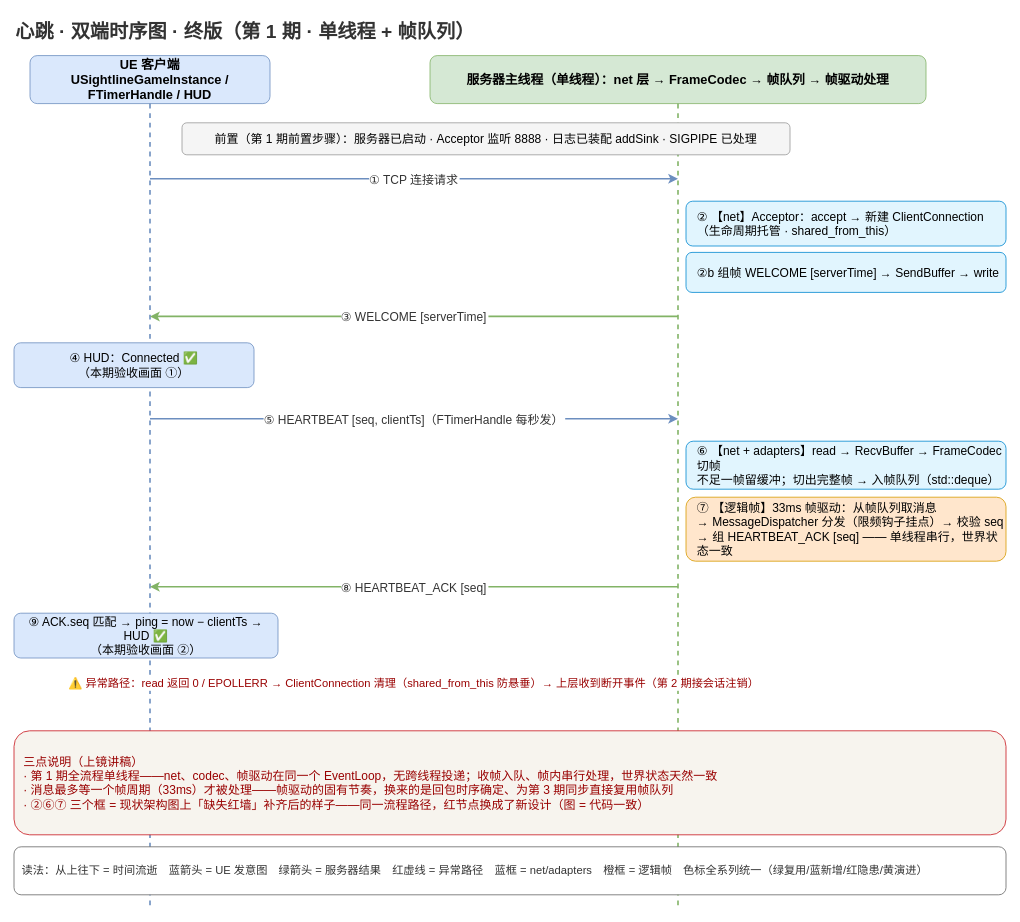
This is docs/episodes/ep01/heartbeat_sequence.drawio from x-PiXiu/Sightline, a draw.io file, before an edit. Source tidied: cells renumbered, new cells numbered last; positions are measured from the earlier drawing's top-left corner, leaving out a move shared by most shapes. Both pictures are drawn from the tidied source at 80%, with x=0, y=0 at pixel (14, 14).
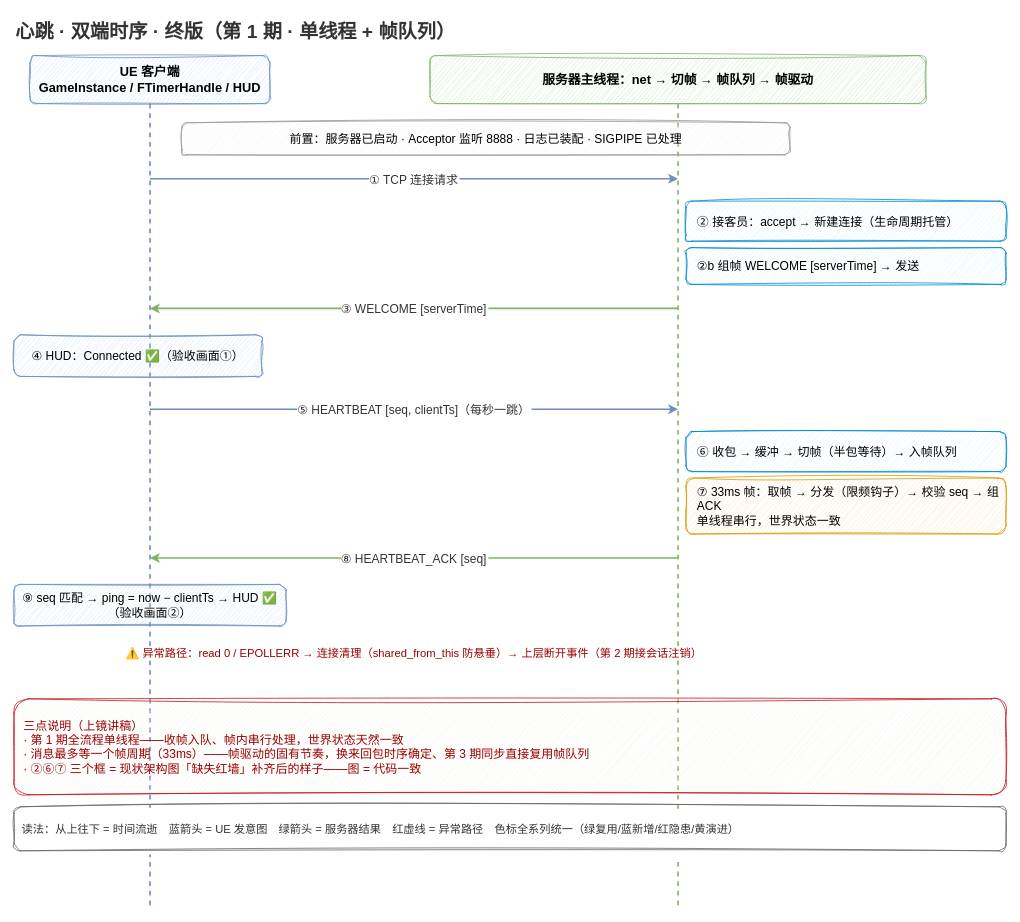
Above is the later version.

What changed in the source:
```diff
@@
-    <mxCell id="2" value="心跳 · 双端时序图 · 终版（第 1 期 · 单线程 + 帧队列）" style="text;fontSize=24;fontStyle=1;fontColor=#333333;align=left;" parent="1" vertex="1">
+    <mxCell id="2" value="心跳 · 双端时序 · 终版（第 1 期 · 单线程 + 帧队列）" style="text;fontSize=24;fontStyle=1;fontColor=#333333;align=left;sketch=1;" parent="1" vertex="1">
       <mxGeometry width="1000" height="36" as="geometry" />
     </mxCell>
-    <mxCell id="3" value="UE 客户端&#10;USightlineGameInstance / FTimerHandle / HUD" style="rounded=1;whiteSpace=wrap;fillColor=#dae8fc;strokeColor=#6c8ebf;fontSize=16;fontStyle=1;" parent="1" vertex="1">
+    <mxCell id="3" value="UE 客户端&#10;GameInstance / FTimerHandle / HUD" style="rounded=1;whiteSpace=wrap;fillColor=#dae8fc;strokeColor=#6c8ebf;fontSize=16;fontStyle=1;sketch=1;curveFitting=1;jiggle=2;" parent="1" vertex="1">
       <mxGeometry x="20" y="52" width="300" height="60" as="geometry" />
     </mxCell>
-    <mxCell id="4" value="服务器主线程（单线程）：net 层 → FrameCodec → 帧队列 → 帧驱动处理" style="rounded=1;whiteSpace=wrap;fillColor=#d5e8d4;strokeColor=#82b366;fontSize=16;fontStyle=1;" parent="1" vertex="1">
+    <mxCell id="4" value="服务器主线程：net → 切帧 → 帧队列 → 帧驱动" style="rounded=1;whiteSpace=wrap;fillColor=#d5e8d4;strokeColor=#82b366;fontSize=16;fontStyle=1;sketch=1;curveFitting=1;jiggle=2;" parent="1" vertex="1">
       <mxGeometry x="520" y="52" width="620" height="60" as="geometry" />
     </mxCell>
@@
-    <mxCell id="7" value="前置（第 1 期前置步骤）：服务器已启动 · Acceptor 监听 8888 · 日志已装配 addSink · SIGPIPE 已处理" style="rounded=1;whiteSpace=wrap;fillColor=#f5f5f5;strokeColor=#999999;fontSize=15;" parent="1" vertex="1">
+    <mxCell id="7" value="前置：服务器已启动 · Acceptor 监听 8888 · 日志已装配 · SIGPIPE 已处理" style="rounded=1;whiteSpace=wrap;fillColor=#f5f5f5;strokeColor=#999999;fontSize=15;sketch=1;curveFitting=1;jiggle=2;" parent="1" vertex="1">
       <mxGeometry x="210" y="136" width="760" height="40" as="geometry" />
     </mxCell>
@@
-    <mxCell id="9" value="② 【net】Acceptor：accept → 新建 ClientConnection&#10;（生命周期托管 · shared_from_this）" style="rounded=1;whiteSpace=wrap;fillColor=#e1f5fe;strokeColor=#0288d1;fontSize=15;align=left;spacingLeft=12;" parent="1" vertex="1">
-      <mxGeometry x="840" y="234" width="400" height="56" as="geometry" />
+    <mxCell id="9" value="② 接客员：accept → 新建连接（生命周期托管）" style="rounded=1;whiteSpace=wrap;fillColor=#e1f5fe;strokeColor=#0288d1;fontSize=15;align=left;spacingLeft=12;sketch=1;curveFitting=1;jiggle=2;" parent="1" vertex="1">
+      <mxGeometry x="840" y="234" width="400" height="50" as="geometry" />
     </mxCell>
-    <mxCell id="10" value="②b 组帧 WELCOME [serverTime] → SendBuffer → write" style="rounded=1;whiteSpace=wrap;fillColor=#e1f5fe;strokeColor=#0288d1;fontSize=15;align=left;spacingLeft=12;" parent="1" vertex="1">
-      <mxGeometry x="840" y="298" width="400" height="50" as="geometry" />
+    <mxCell id="10" value="②b 组帧 WELCOME [serverTime] → 发送" style="rounded=1;whiteSpace=wrap;fillColor=#e1f5fe;strokeColor=#0288d1;fontSize=15;align=left;spacingLeft=12;sketch=1;curveFitting=1;jiggle=2;" parent="1" vertex="1">
+      <mxGeometry x="840" y="292" width="400" height="46" as="geometry" />
     </mxCell>
     <mxCell id="11" value="③ WELCOME [serverTime]" style="edgeStyle=none;strokeColor=#82b366;strokeWidth=2;fontSize=15;fontColor=#333;background=#f7f4ee;exitX=0;exitY=0.5;entryX=1;entryY=0.5;" parent="1" edge="1">
       <mxGeometry relative="1" as="geometry">
-        <mxPoint x="830" y="378" as="sourcePoint" />
-        <mxPoint x="170" y="378" as="targetPoint" />
+        <mxPoint x="830" y="368" as="sourcePoint" />
+        <mxPoint x="170" y="368" as="targetPoint" />
       </mxGeometry>
     </mxCell>
-    <mxCell id="12" value="④ HUD：Connected ✅&#10;（本期验收画面 ①）" style="rounded=1;whiteSpace=wrap;fillColor=#dae8fc;strokeColor=#6c8ebf;fontSize=15;" parent="1" vertex="1">
-      <mxGeometry y="411" width="300" height="56" as="geometry" />
+    <mxCell id="12" value="④ HUD：Connected ✅（验收画面①）" style="rounded=1;whiteSpace=wrap;fillColor=#dae8fc;strokeColor=#6c8ebf;fontSize=15;sketch=1;curveFitting=1;jiggle=2;" parent="1" vertex="1">
+      <mxGeometry y="401" width="310" height="52" as="geometry" />
     </mxCell>
-    <mxCell id="13" value="⑤ HEARTBEAT [seq, clientTs]（FTimerHandle 每秒发）" style="edgeStyle=none;strokeColor=#6c8ebf;strokeWidth=2;fontSize=15;fontColor=#333;background=#f7f4ee;" parent="1" edge="1">
+    <mxCell id="13" value="⑤ HEARTBEAT [seq, clientTs]（每秒一跳）" style="edgeStyle=none;strokeColor=#6c8ebf;strokeWidth=2;fontSize=15;fontColor=#333;background=#f7f4ee;" parent="1" edge="1">
       <mxGeometry relative="1" as="geometry">
-        <mxPoint x="170" y="506" as="sourcePoint" />
-        <mxPoint x="830" y="506" as="targetPoint" />
+        <mxPoint x="170" y="494" as="sourcePoint" />
+        <mxPoint x="830" y="494" as="targetPoint" />
       </mxGeometry>
     </mxCell>
-    <mxCell id="14" value="⑥ 【net + adapters】read → RecvBuffer → FrameCodec 切帧&#10;不足一帧留缓冲；切出完整帧 → 入帧队列（std::deque）" style="rounded=1;whiteSpace=wrap;fillColor=#e1f5fe;strokeColor=#0288d1;fontSize=15;align=left;spacingLeft=12;" parent="1" vertex="1">
-      <mxGeometry x="840" y="534" width="400" height="60" as="geometry" />
+    <mxCell id="14" value="⑥ 收包 → 缓冲 → 切帧（半包等待）→ 入帧队列" style="rounded=1;whiteSpace=wrap;fillColor=#e1f5fe;strokeColor=#0288d1;fontSize=15;align=left;spacingLeft=12;sketch=1;curveFitting=1;jiggle=2;" parent="1" vertex="1">
+      <mxGeometry x="840" y="522" width="400" height="50" as="geometry" />
     </mxCell>
-    <mxCell id="15" value="⑦ 【逻辑帧】33ms 帧驱动：从帧队列取消息&#10;→ MessageDispatcher 分发（限频钩子挂点）→ 校验 seq&#10;→ 组 HEARTBEAT_ACK [seq] —— 单线程串行，世界状态一致" style="rounded=1;whiteSpace=wrap;fillColor=#ffe6cc;strokeColor=#d79b00;fontSize=15;align=left;spacingLeft=12;" parent="1" vertex="1">
-      <mxGeometry x="840" y="604" width="400" height="80" as="geometry" />
+    <mxCell id="15" value="⑦ 33ms 帧：取帧 → 分发（限频钩子）→ 校验 seq → 组 ACK&#10;单线程串行，世界状态一致" style="rounded=1;whiteSpace=wrap;fillColor=#ffe6cc;strokeColor=#d79b00;fontSize=15;align=left;spacingLeft=12;sketch=1;curveFitting=1;jiggle=2;" parent="1" vertex="1">
+      <mxGeometry x="840" y="580" width="400" height="70" as="geometry" />
     </mxCell>
     <mxCell id="16" value="⑧ HEARTBEAT_ACK [seq]" style="edgeStyle=none;strokeColor=#82b366;strokeWidth=2;fontSize=15;fontColor=#333;background=#f7f4ee;exitX=0;exitY=0.5;entryX=1;entryY=0.5;" parent="1" edge="1">
       <mxGeometry relative="1" as="geometry">
-        <mxPoint x="830" y="716" as="sourcePoint" />
-        <mxPoint x="170" y="716" as="targetPoint" />
+        <mxPoint x="830" y="680" as="sourcePoint" />
+        <mxPoint x="170" y="680" as="targetPoint" />
       </mxGeometry>
     </mxCell>
-    <mxCell id="17" value="⑨ ACK.seq 匹配 → ping = now − clientTs → HUD ✅&#10;（本期验收画面 ②）" style="rounded=1;whiteSpace=wrap;fillColor=#dae8fc;strokeColor=#6c8ebf;fontSize=15;" parent="1" vertex="1">
-      <mxGeometry y="749" width="330" height="56" as="geometry" />
+    <mxCell id="17" value="⑨ seq 匹配 → ping = now − clientTs → HUD ✅（验收画面②）" style="rounded=1;whiteSpace=wrap;fillColor=#dae8fc;strokeColor=#6c8ebf;fontSize=15;sketch=1;curveFitting=1;jiggle=2;" parent="1" vertex="1">
+      <mxGeometry y="713" width="340" height="52" as="geometry" />
     </mxCell>
-    <mxCell id="18" value="⚠️ 异常路径：read 返回 0 / EPOLLERR → ClientConnection 清理（shared_from_this 防悬垂）→ 上层收到断开事件（第 2 期接会话注销）" style="edgeStyle=none;strokeColor=#b85450;strokeWidth=2;dashed=1;fontSize=14;fontColor=#990000;background=#f7f4ee;exitX=0;exitY=0.5;entryX=1;entryY=0.5;" parent="1" edge="1">
+    <mxCell id="18" value="⚠️ 异常路径：read 0 / EPOLLERR → 连接清理（shared_from_this 防悬垂）→ 上层断开事件（第 2 期接会话注销）" style="edgeStyle=none;strokeColor=#b85450;strokeWidth=2;dashed=1;fontSize=14;fontColor=#990000;background=#f7f4ee;exitX=0;exitY=0.5;entryX=1;entryY=0.5;" parent="1" edge="1">
       <mxGeometry relative="1" as="geometry">
-        <mxPoint x="830" y="836" as="sourcePoint" />
-        <mxPoint x="170" y="836" as="targetPoint" />
+        <mxPoint x="830" y="798" as="sourcePoint" />
+        <mxPoint x="170" y="798" as="targetPoint" />
       </mxGeometry>
     </mxCell>
-    <mxCell id="19" value="三点说明（上镜讲稿）&#10;· 第 1 期全流程单线程——net、codec、帧驱动在同一个 EventLoop，无跨线程投递；收帧入队、帧内串行处理，世界状态天然一致&#10;· 消息最多等一个帧周期（33ms）才被处理——帧驱动的固有节奏，换来的是回包时序确定、为第 3 期同步直接复用帧队列&#10;· ②⑥⑦ 三个框 = 现状架构图上「缺失红墙」补齐后的样子——同一流程路径，红节点换成了新设计（图 = 代码一致）" style="rounded=1;whiteSpace=wrap;fillColor=#f7f4ee;strokeColor=#c8161d;fontSize=15;fontColor=#990000;align=left;spacing=12;" parent="1" vertex="1">
-      <mxGeometry y="896" width="1240" height="130" as="geometry" />
+    <mxCell id="19" value="三点说明（上镜讲稿）&#10;· 第 1 期全流程单线程——收帧入队、帧内串行处理，世界状态天然一致&#10;· 消息最多等一个帧周期（33ms）——帧驱动的固有节奏，换来回包时序确定、第 3 期同步直接复用帧队列&#10;· ②⑥⑦ 三个框 = 现状架构图「缺失红墙」补齐后的样子——图 = 代码一致" style="rounded=1;whiteSpace=wrap;fillColor=#f7f4ee;strokeColor=#c8161d;fontSize=15;fontColor=#990000;align=left;spacing=12;sketch=1;curveFitting=1;jiggle=2;" parent="1" vertex="1">
+      <mxGeometry y="856" width="1240" height="120" as="geometry" />
     </mxCell>
-    <mxCell id="20" value="读法：从上往下 = 时间流逝　蓝箭头 = UE 发意图　绿箭头 = 服务器结果　红虚线 = 异常路径　蓝框 = net/adapters　橙框 = 逻辑帧　色标全系列统一（绿复用/蓝新增/红隐患/黄演进）" style="rounded=1;whiteSpace=wrap;fillColor=#ffffff;strokeColor=#666666;fontSize=14;fontColor=#333;align=left;spacing=10;" parent="1" vertex="1">
-      <mxGeometry y="1041" width="1240" height="60" as="geometry" />
+    <mxCell id="20" value="读法：从上往下 = 时间流逝　蓝箭头 = UE 发意图　绿箭头 = 服务器结果　红虚线 = 异常路径　色标全系列统一（绿复用/蓝新增/红隐患/黄演进）" style="rounded=1;whiteSpace=wrap;fillColor=#ffffff;strokeColor=#666666;fontSize=14;fontColor=#333;align=left;spacing=10;sketch=1;curveFitting=1;jiggle=2;" parent="1" vertex="1">
+      <mxGeometry y="991" width="1240" height="55" as="geometry" />
     </mxCell>
```
